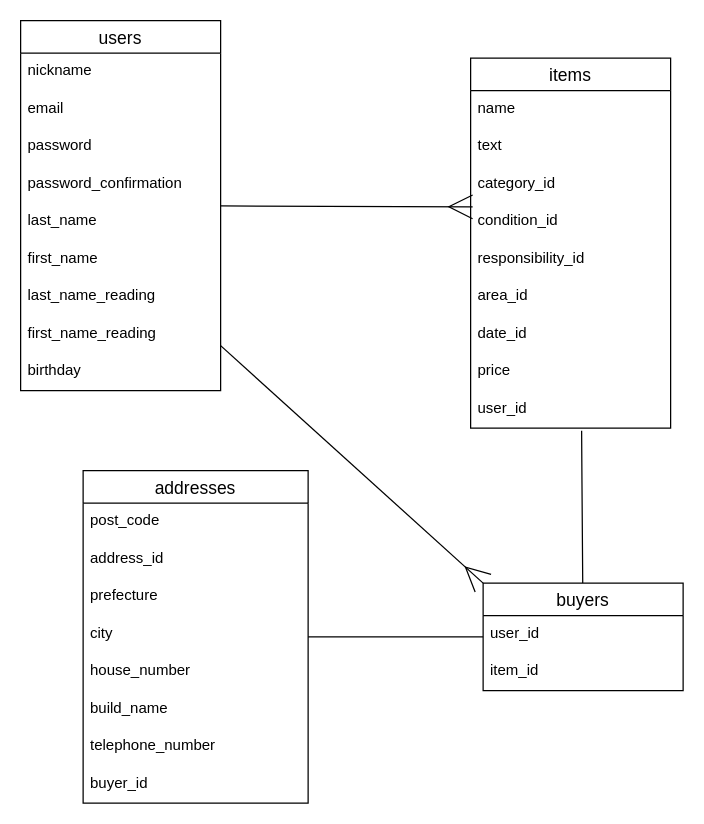
Above: test.dio in inoue-ryoki/furima-38035 (draw.io), before the change. Source tidied: cells renumbered, new cells numbered last; positions are measured from the earlier drawing's top-left corner, leaving out a move shared by most shapes. Both pictures are drawn from the tidied source at 125%, with x=0, y=0 at pixel (20, 20).
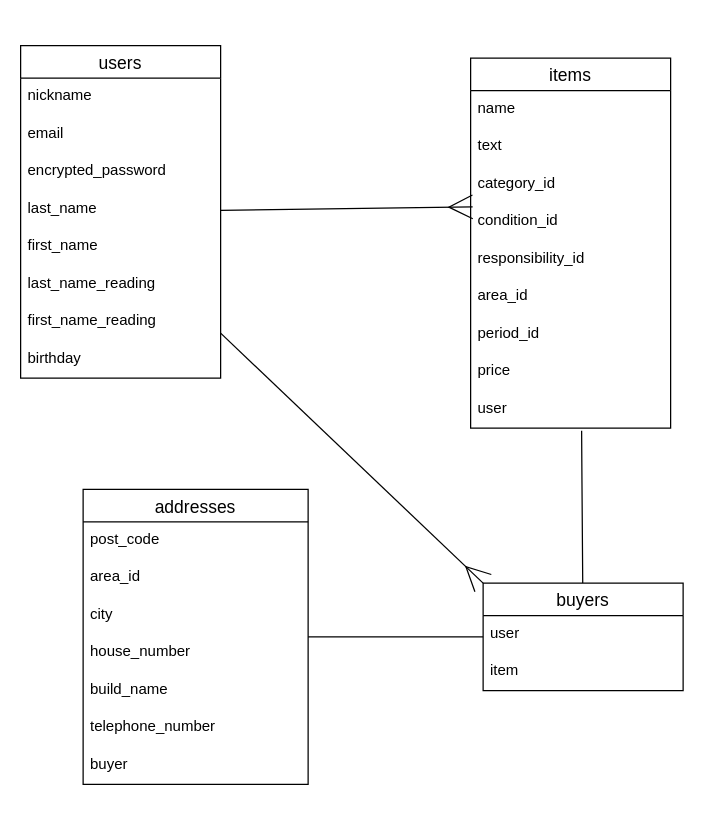
The same page after the edit.

Commit message (it also covers changes not shown here):
データベース設計の修正

The change refers to these unchanged cells:
```xml
<mxCell id="13" value="items" style="swimlane;fontStyle=0;horizontal=1;startSize=26;align=center;fontSize=14;" parent="1" vertex="1">
  <mxGeometry x="360" y="30" width="160" height="296" as="geometry" />
</mxCell>
<mxCell id="25" value="buyers" style="swimlane;fontStyle=0;horizontal=1;startSize=26;align=center;fontSize=14;" parent="1" vertex="1">
  <mxGeometry x="370" y="450" width="160" height="86" as="geometry" />
</mxCell>
```

What changed in the source:
```diff
@@
     <mxCell id="3" value="users" style="swimlane;fontStyle=0;horizontal=1;startSize=26;align=center;fontSize=14;" parent="1" vertex="1">
-      <mxGeometry width="160" height="296" as="geometry" />
+      <mxGeometry y="20" width="160" height="266" as="geometry" />
     </mxCell>
@@
-    <mxCell id="6" value="password" style="text;strokeColor=none;fillColor=none;spacingLeft=4;spacingRight=4;overflow=hidden;fontSize=12;" parent="3" vertex="1">
+    <mxCell id="6" value="encrypted_password" style="text;strokeColor=none;fillColor=none;spacingLeft=4;spacingRight=4;overflow=hidden;fontSize=12;" parent="3" vertex="1">
       <mxGeometry y="86" width="160" height="30" as="geometry" />
     </mxCell>
-    <mxCell id="7" value="password_confirmation" style="text;strokeColor=none;fillColor=none;spacingLeft=4;spacingRight=4;overflow=hidden;fontSize=12;" parent="3" vertex="1">
-      <mxGeometry y="116" width="160" height="30" as="geometry" />
-    </mxCell>
     <mxCell id="8" value="last_name" style="text;strokeColor=none;fillColor=none;spacingLeft=4;spacingRight=4;overflow=hidden;fontSize=12;" parent="3" vertex="1">
-      <mxGeometry y="146" width="160" height="30" as="geometry" />
+      <mxGeometry y="116" width="160" height="30" as="geometry" />
     </mxCell>
     <mxCell id="9" value="first_name" style="text;strokeColor=none;fillColor=none;spacingLeft=4;spacingRight=4;overflow=hidden;fontSize=12;" parent="3" vertex="1">
-      <mxGeometry y="176" width="160" height="30" as="geometry" />
+      <mxGeometry y="146" width="160" height="30" as="geometry" />
     </mxCell>
     <mxCell id="10" value="last_name_reading" style="text;strokeColor=none;fillColor=none;spacingLeft=4;spacingRight=4;overflow=hidden;fontSize=12;" parent="3" vertex="1">
-      <mxGeometry y="206" width="160" height="30" as="geometry" />
+      <mxGeometry y="176" width="160" height="30" as="geometry" />
     </mxCell>
     <mxCell id="11" value="first_name_reading" style="text;strokeColor=none;fillColor=none;spacingLeft=4;spacingRight=4;overflow=hidden;points=[[0,0.5],[1,0.5]];portConstraint=eastwest;fontSize=12;" parent="3" vertex="1">
-      <mxGeometry y="236" width="160" height="30" as="geometry" />
+      <mxGeometry y="206" width="160" height="30" as="geometry" />
     </mxCell>
     <mxCell id="12" value="birthday" style="text;strokeColor=none;fillColor=none;spacingLeft=4;spacingRight=4;overflow=hidden;fontSize=12;" parent="3" vertex="1">
-      <mxGeometry y="266" width="160" height="30" as="geometry" />
+      <mxGeometry y="236" width="160" height="30" as="geometry" />
     </mxCell>
@@
-    <mxCell id="20" value="date_id" style="text;strokeColor=none;fillColor=none;spacingLeft=4;spacingRight=4;overflow=hidden;fontSize=12;" parent="13" vertex="1">
+    <mxCell id="20" value="period_id" style="text;strokeColor=none;fillColor=none;spacingLeft=4;spacingRight=4;overflow=hidden;fontSize=12;" parent="13" vertex="1">
       <mxGeometry y="206" width="160" height="30" as="geometry" />
     </mxCell>
@@
-    <mxCell id="22" value="user_id" style="text;strokeColor=none;fillColor=none;spacingLeft=4;spacingRight=4;overflow=hidden;points=[[0,0.5],[1,0.5]];portConstraint=eastwest;fontSize=12;" parent="13" vertex="1">
+    <mxCell id="22" value="user" style="text;strokeColor=none;fillColor=none;spacingLeft=4;spacingRight=4;overflow=hidden;points=[[0,0.5],[1,0.5]];portConstraint=eastwest;fontSize=12;" parent="13" vertex="1">
       <mxGeometry y="266" width="160" height="30" as="geometry" />
     </mxCell>
@@
-    <mxCell id="26" value="user_id" style="text;strokeColor=none;fillColor=none;spacingLeft=4;spacingRight=4;overflow=hidden;fontSize=12;" parent="25" vertex="1">
+    <mxCell id="26" value="user" style="text;strokeColor=none;fillColor=none;spacingLeft=4;spacingRight=4;overflow=hidden;fontSize=12;" parent="25" vertex="1">
       <mxGeometry y="26" width="160" height="30" as="geometry" />
     </mxCell>
-    <mxCell id="27" value="item_id" style="text;strokeColor=none;fillColor=none;spacingLeft=4;spacingRight=4;overflow=hidden;fontSize=12;" parent="25" vertex="1">
+    <mxCell id="27" value="item" style="text;strokeColor=none;fillColor=none;spacingLeft=4;spacingRight=4;overflow=hidden;fontSize=12;" parent="25" vertex="1">
       <mxGeometry y="56" width="160" height="30" as="geometry" />
     </mxCell>
@@
     <mxCell id="29" value="addresses" style="swimlane;fontStyle=0;horizontal=1;startSize=26;align=center;fontSize=14;" parent="1" vertex="1">
-      <mxGeometry x="50" y="360" width="180" height="266" as="geometry" />
+      <mxGeometry x="50" y="375" width="180" height="236" as="geometry" />
     </mxCell>
@@
-    <mxCell id="31" value="address_id" style="text;strokeColor=none;fillColor=none;spacingLeft=4;spacingRight=4;overflow=hidden;fontSize=12;" parent="29" vertex="1">
+    <mxCell id="31" value="area_id" style="text;strokeColor=none;fillColor=none;spacingLeft=4;spacingRight=4;overflow=hidden;fontSize=12;" parent="29" vertex="1">
       <mxGeometry y="56" width="180" height="30" as="geometry" />
     </mxCell>
-    <mxCell id="32" value="prefecture" style="text;strokeColor=none;fillColor=none;spacingLeft=4;spacingRight=4;overflow=hidden;fontSize=12;" parent="29" vertex="1">
-      <mxGeometry y="86" width="180" height="30" as="geometry" />
-    </mxCell>
     <mxCell id="33" value="city" style="text;strokeColor=none;fillColor=none;spacingLeft=4;spacingRight=4;overflow=hidden;fontSize=12;" parent="29" vertex="1">
-      <mxGeometry y="116" width="180" height="30" as="geometry" />
+      <mxGeometry y="86" width="180" height="30" as="geometry" />
     </mxCell>
     <mxCell id="34" value="house_number" style="text;strokeColor=none;fillColor=none;spacingLeft=4;spacingRight=4;overflow=hidden;fontSize=12;" parent="29" vertex="1">
-      <mxGeometry y="146" width="180" height="30" as="geometry" />
+      <mxGeometry y="116" width="180" height="30" as="geometry" />
     </mxCell>
     <mxCell id="35" value="build_name" style="text;strokeColor=none;fillColor=none;spacingLeft=4;spacingRight=4;overflow=hidden;fontSize=12;" parent="29" vertex="1">
-      <mxGeometry y="176" width="180" height="30" as="geometry" />
+      <mxGeometry y="146" width="180" height="30" as="geometry" />
     </mxCell>
     <mxCell id="36" value="telephone_number" style="text;strokeColor=none;fillColor=none;spacingLeft=4;spacingRight=4;overflow=hidden;fontSize=12;" parent="29" vertex="1">
-      <mxGeometry y="206" width="180" height="30" as="geometry" />
+      <mxGeometry y="176" width="180" height="30" as="geometry" />
     </mxCell>
-    <mxCell id="37" value="buyer_id" style="text;strokeColor=none;fillColor=none;spacingLeft=4;spacingRight=4;overflow=hidden;fontSize=12;" parent="29" vertex="1">
-      <mxGeometry y="236" width="180" height="30" as="geometry" />
+    <mxCell id="37" value="buyer" style="text;strokeColor=none;fillColor=none;spacingLeft=4;spacingRight=4;overflow=hidden;fontSize=12;" parent="29" vertex="1">
+      <mxGeometry y="206" width="180" height="30" as="geometry" />
     </mxCell>
```
